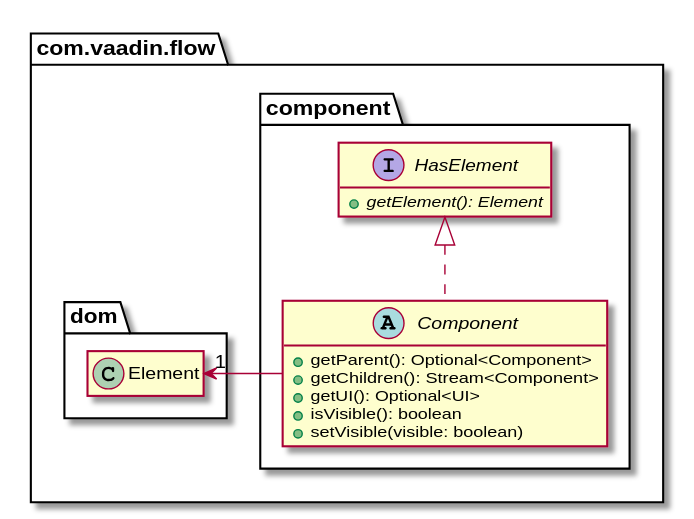
Before: cours/images/component.svg, a diagram exported from PlantUML (formations/vaadin-foundations).
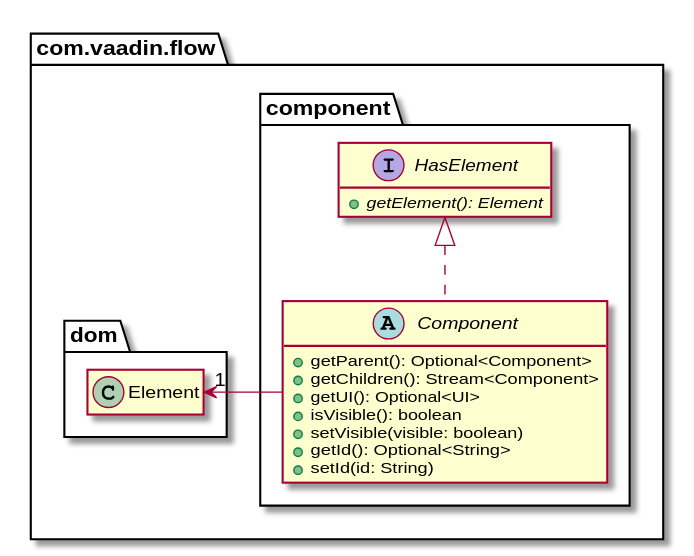
The same file after the commit.

What changed in the source:
```diff
@@ -1,5 +1,5 @@
 @startuml
-package "com.vaadin.flow" {
+package com.vaadin.flow {
  package component {
   interface HasElement {
    + {abstract} getElement(): Element
@@ -10,6 +10,8 @@
    + getUI(): Optional<UI>
    + isVisible(): boolean
    + setVisible(visible: boolean)
+   + getId(): Optional<String>
+   + setId(id: String)
   }
  }
  package dom {
```
